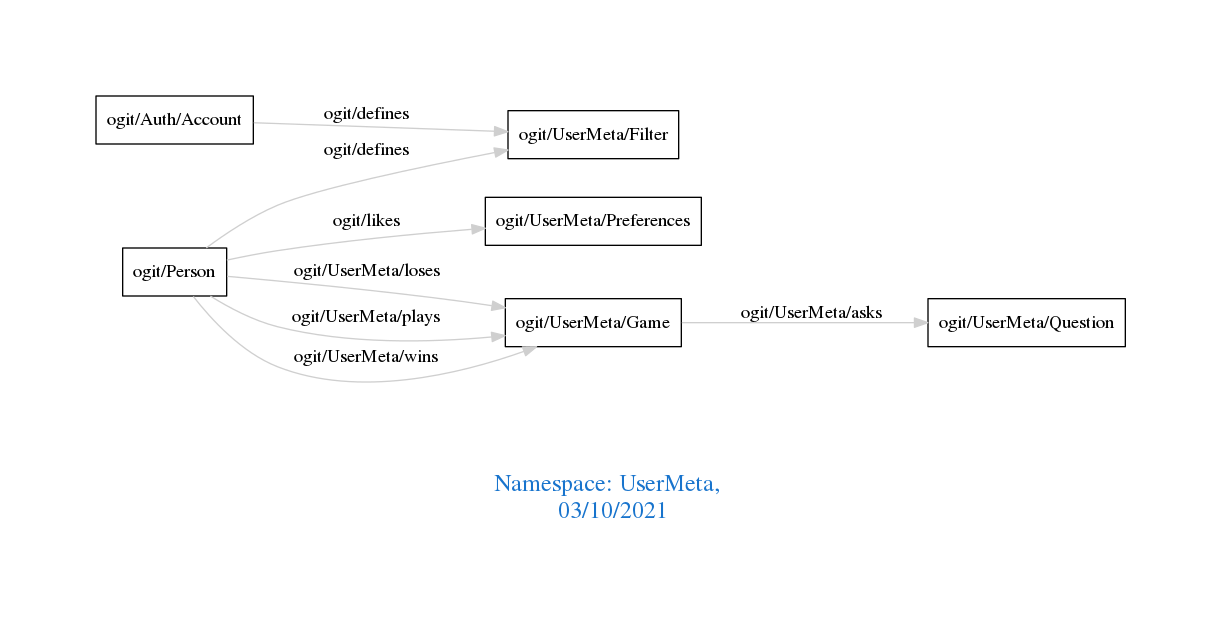
The Graphviz diagram downloads/UserMeta.png in arago/OGIT, before a commit. Its source is kept beside it as downloads/UserMeta.dot.
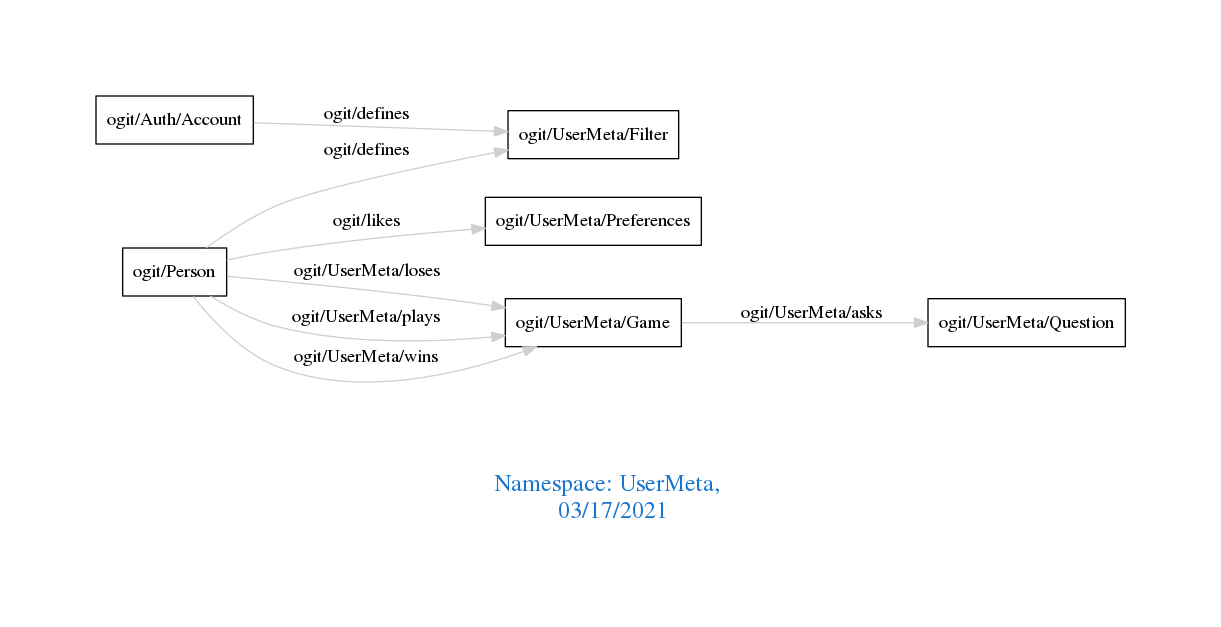
The same diagram one commit later.

What changed in the source:
```diff
@@ -1,7 +1,7 @@
 digraph OGIT_ontology {
  graph [ rankdir= LR,pad=1
 fontsize = 18,
-fontcolor= dodgerblue3,label = "\n\n\nNamespace: UserMeta, \n 03/10/2021"];
+fontcolor= dodgerblue3,label = "\n\n\nNamespace: UserMeta, \n 03/17/2021"];
 node[shape=polygon];
 edge [  color="gray81"];
 
```
